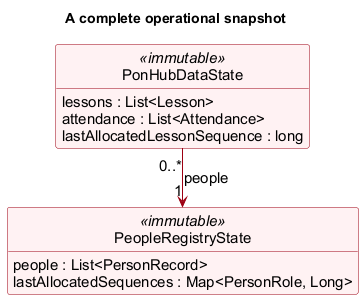
This is docs/images/DomainSnapshotStructure.png from AY2627S1-CS2103T-F13-3/tp, a PlantUML export, as it was before one commit. The source it was exported from:
```plantuml
@startuml
skinparam defaultFontName Arial
skinparam defaultFontSize 15
skinparam shadowing false
skinparam classAttributeIconSize 0
skinparam classBackgroundColor #FFF2F3
skinparam classBorderColor #9D0012
skinparam classArrowColor #9D0012
skinparam noteBackgroundColor #FFFBE6
skinparam noteBorderColor #777777
skinparam nodesep 35
skinparam ranksep 40
hide circle
hide empty members

title A complete operational snapshot
class PonHubDataState <<immutable>> {
  lessons : List<Lesson>
  attendance : List<Attendance>
  lastAllocatedLessonSequence : long
}
class PeopleRegistryState <<immutable>> {
  people : List<PersonRecord>
  lastAllocatedSequences : Map<PersonRole, Long>
}
PonHubDataState "0..*" -down-> "1" PeopleRegistryState : people
@enduml
```
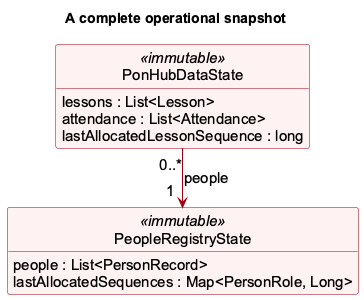
Above is the later version.

The edit, as a diff of the source:
```diff
@@ -23,5 +23,5 @@
   people : List<PersonRecord>
   lastAllocatedSequences : Map<PersonRole, Long>
 }
-PonHubDataState "0..*" -down-> "1" PeopleRegistryState : people
+PonHubDataState "0..*" -down-> "1<U+00A0><U+00A0>" PeopleRegistryState : people
 @enduml
```
